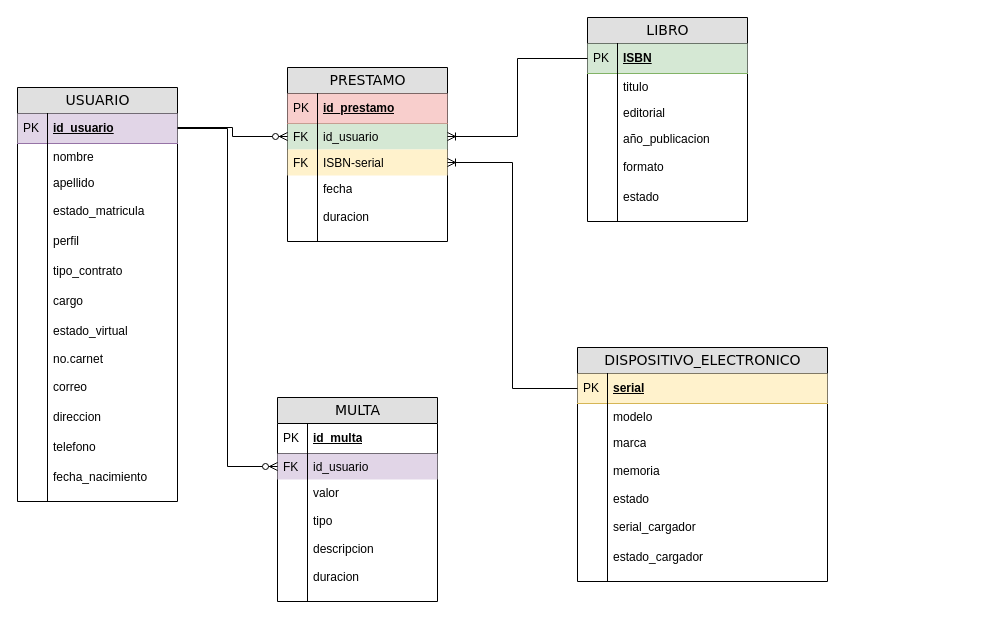
Djaiber/Database-Basis keeps this draw.io diagram as university library management system.drawio. Above is the earlier version. Source tidied: cells renumbered, new cells numbered last; positions are measured from the earlier drawing's top-left corner, leaving out a move shared by most shapes. Both pictures are drawn from the tidied source at 100%, with x=0, y=0 at pixel (17, 17).
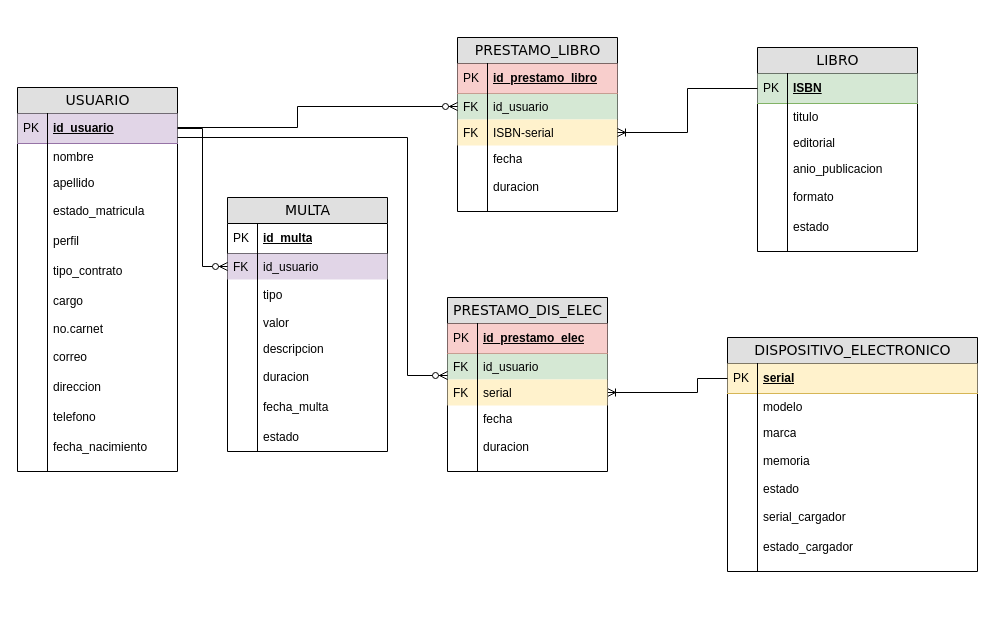
The same diagram, later.

Unchanged cells that the change refers to:
```xml
<mxCell id="5" value="id_usuario" style="shape=partialRectangle;top=0;left=0;right=0;bottom=0;html=1;align=left;verticalAlign=top;fillColor=#d5e8d4;spacingLeft=34;spacingRight=4;whiteSpace=wrap;overflow=hidden;points=[[0,0.5],[1,0.5]];portConstraint=eastwest;strokeColor=#82b366;" parent="2" vertex="1">
  <mxGeometry y="56" width="160" height="26" as="geometry" />
</mxCell>
<mxCell id="7" value="ISBN-serial" style="shape=partialRectangle;top=0;left=0;right=0;bottom=0;html=1;align=left;verticalAlign=top;fillColor=#fff2cc;spacingLeft=34;spacingRight=4;whiteSpace=wrap;overflow=hidden;points=[[0,0.5],[1,0.5]];portConstraint=eastwest;strokeColor=#d6b656;" parent="2" vertex="1">
  <mxGeometry y="82" width="160" height="26" as="geometry" />
</mxCell>
<mxCell id="16" value="ISBN" style="shape=partialRectangle;top=0;left=0;right=0;bottom=1;html=1;align=left;verticalAlign=middle;fillColor=#d5e8d4;spacingLeft=34;spacingRight=4;whiteSpace=wrap;overflow=hidden;points=[[0,0.5],[1,0.5]];portConstraint=eastwest;fontStyle=5;strokeColor=#82b366;" parent="15" vertex="1">
  <mxGeometry y="26" width="160" height="30" as="geometry" />
</mxCell>
<mxCell id="60" value="serial" style="shape=partialRectangle;top=0;left=0;right=0;bottom=1;html=1;align=left;verticalAlign=middle;fillColor=#fff2cc;spacingLeft=34;spacingRight=4;whiteSpace=wrap;overflow=hidden;points=[[0,0.5],[1,0.5]];portConstraint=eastwest;fontStyle=5;strokeColor=#d6b656;" parent="59" vertex="1">
  <mxGeometry y="26" width="250" height="30" as="geometry" />
</mxCell>
```

Diff of the diagram source:
```diff
@@
-    <mxCell id="2" value="PRESTAMO" style="swimlane;html=1;fontStyle=0;horizontal=1;startSize=26;fillColor=#e0e0e0;swimlaneFillColor=#ffffff;align=center;rounded=0;shadow=0;comic=0;labelBackgroundColor=none;strokeWidth=1;fontFamily=Verdana;fontSize=14;swimlaneLine=1;" parent="1" vertex="1">
-      <mxGeometry x="270" y="50" width="160" height="174" as="geometry" />
+    <mxCell id="2" value="PRESTAMO_LIBRO" style="swimlane;html=1;fontStyle=0;horizontal=1;startSize=26;fillColor=#e0e0e0;swimlaneFillColor=#ffffff;align=center;rounded=0;shadow=0;comic=0;labelBackgroundColor=none;strokeWidth=1;fontFamily=Verdana;fontSize=14;swimlaneLine=1;" parent="1" vertex="1">
+      <mxGeometry x="440" y="20" width="160" height="174" as="geometry" />
     </mxCell>
-    <mxCell id="3" value="id_prestamo" style="shape=partialRectangle;top=0;left=0;right=0;bottom=1;html=1;align=left;verticalAlign=middle;fillColor=#f8cecc;spacingLeft=34;spacingRight=4;whiteSpace=wrap;overflow=hidden;fontStyle=5;strokeColor=#b85450;" parent="2" vertex="1">
+    <mxCell id="3" value="id_prestamo_libro" style="shape=partialRectangle;top=0;left=0;right=0;bottom=1;html=1;align=left;verticalAlign=middle;fillColor=#f8cecc;spacingLeft=34;spacingRight=4;whiteSpace=wrap;overflow=hidden;fontStyle=5;strokeColor=#b85450;" parent="2" vertex="1">
       <mxGeometry y="26" width="160" height="30" as="geometry" />
     </mxCell>
@@
     <mxCell id="15" value="LIBRO" style="swimlane;html=1;fontStyle=0;horizontal=1;startSize=26;fillColor=#e0e0e0;swimlaneFillColor=#ffffff;align=center;rounded=0;shadow=0;comic=0;labelBackgroundColor=none;strokeWidth=1;fontFamily=Verdana;fontSize=14;" parent="1" vertex="1">
-      <mxGeometry x="570" width="160" height="204" as="geometry" />
+      <mxGeometry x="740" y="30" width="160" height="204" as="geometry" />
     </mxCell>
@@
-    <mxCell id="22" value="año_publicacion" style="shape=partialRectangle;top=0;left=0;right=0;bottom=0;html=1;align=left;verticalAlign=top;fillColor=none;spacingLeft=34;spacingRight=4;whiteSpace=wrap;overflow=hidden;" parent="15" vertex="1">
+    <mxCell id="22" value="anio_publicacion" style="shape=partialRectangle;top=0;left=0;right=0;bottom=0;html=1;align=left;verticalAlign=top;fillColor=none;spacingLeft=34;spacingRight=4;whiteSpace=wrap;overflow=hidden;" parent="15" vertex="1">
       <mxGeometry y="108" width="160" height="26" as="geometry" />
     </mxCell>
@@
     <mxCell id="30" value="USUARIO" style="swimlane;html=1;fontStyle=0;horizontal=1;startSize=26;fillColor=#e0e0e0;swimlaneFillColor=#ffffff;align=center;rounded=0;shadow=0;comic=0;labelBackgroundColor=none;strokeWidth=1;fontFamily=Verdana;fontSize=14;" parent="1" vertex="1">
-      <mxGeometry y="70" width="160" height="414" as="geometry" />
+      <mxGeometry y="70" width="160" height="384" as="geometry" />
     </mxCell>
@@
-    <mxCell id="45" value="estado_virtual" style="shape=partialRectangle;fillColor=none;align=left;verticalAlign=middle;strokeColor=none;spacingLeft=34;" parent="30" vertex="1">
-      <mxGeometry y="228" width="160" height="30" as="geometry" />
-    </mxCell>
-    <mxCell id="46" style="shape=partialRectangle;top=0;left=0;bottom=0;fillColor=none;stokeWidth=1;align=left;verticalAlign=middle;spacingLeft=4;spacingRight=4;overflow=hidden;" parent="45" vertex="1">
-      <mxGeometry width="30" height="30" as="geometry" />
-    </mxCell>
     <mxCell id="47" value="no.carnet" style="shape=partialRectangle;top=0;left=0;right=0;bottom=0;html=1;align=left;verticalAlign=top;fillColor=none;spacingLeft=34;spacingRight=4;whiteSpace=wrap;overflow=hidden;" parent="30" vertex="1">
-      <mxGeometry y="258" width="160" height="26" as="geometry" />
+      <mxGeometry y="228" width="160" height="26" as="geometry" />
     </mxCell>
@@
     <mxCell id="49" value="correo" style="shape=partialRectangle;fillColor=none;align=left;verticalAlign=middle;strokeColor=none;spacingLeft=34;" parent="30" vertex="1">
-      <mxGeometry y="284" width="160" height="30" as="geometry" />
+      <mxGeometry y="254" width="160" height="30" as="geometry" />
     </mxCell>
@@
     <mxCell id="51" value="direccion" style="shape=partialRectangle;fillColor=none;align=left;verticalAlign=middle;strokeColor=none;spacingLeft=34;" parent="30" vertex="1">
-      <mxGeometry y="314" width="160" height="30" as="geometry" />
+      <mxGeometry y="284" width="160" height="30" as="geometry" />
     </mxCell>
@@
     <mxCell id="53" value="telefono" style="shape=partialRectangle;fillColor=none;align=left;verticalAlign=middle;strokeColor=none;spacingLeft=34;" parent="30" vertex="1">
-      <mxGeometry y="344" width="160" height="30" as="geometry" />
+      <mxGeometry y="314" width="160" height="30" as="geometry" />
     </mxCell>
@@
     <mxCell id="55" value="fecha_nacimiento" style="shape=partialRectangle;fillColor=none;align=left;verticalAlign=middle;strokeColor=none;spacingLeft=34;" parent="30" vertex="1">
-      <mxGeometry y="374" width="160" height="30" as="geometry" />
+      <mxGeometry y="344" width="160" height="30" as="geometry" />
     </mxCell>
@@
     <mxCell id="57" style="shape=partialRectangle;top=0;left=0;right=0;bottom=0;html=1;align=left;verticalAlign=top;fillColor=none;spacingLeft=34;spacingRight=4;whiteSpace=wrap;overflow=hidden;" parent="30" vertex="1">
-      <mxGeometry y="404" width="160" height="10" as="geometry" />
+      <mxGeometry y="374" width="160" height="10" as="geometry" />
     </mxCell>
@@
     <mxCell id="59" value="DISPOSITIVO_ELECTRONICO" style="swimlane;html=1;fontStyle=0;horizontal=1;startSize=26;fillColor=#e0e0e0;swimlaneFillColor=#ffffff;align=center;rounded=0;shadow=0;comic=0;labelBackgroundColor=none;strokeWidth=1;fontFamily=Verdana;fontSize=14;" parent="1" vertex="1">
-      <mxGeometry x="560" y="330" width="250" height="234" as="geometry" />
+      <mxGeometry x="710" y="320" width="250" height="234" as="geometry" />
     </mxCell>
@@
     <mxCell id="76" value="MULTA" style="swimlane;html=1;fontStyle=0;horizontal=1;startSize=26;fillColor=#e0e0e0;swimlaneFillColor=#ffffff;align=center;rounded=0;shadow=0;comic=0;labelBackgroundColor=none;strokeWidth=1;fontFamily=Verdana;fontSize=14;" parent="1" vertex="1">
-      <mxGeometry x="260" y="380" width="160" height="204" as="geometry" />
+      <mxGeometry x="210" y="180" width="160" height="254" as="geometry" />
     </mxCell>
@@
+    <mxCell id="83" value="tipo" style="shape=partialRectangle;fillColor=none;align=left;verticalAlign=middle;strokeColor=none;spacingLeft=34;" parent="76" vertex="1">
+      <mxGeometry y="82" width="160" height="30" as="geometry" />
+    </mxCell>
+    <mxCell id="95" style="shape=partialRectangle;top=0;left=0;bottom=0;fillColor=none;stokeWidth=1;align=left;verticalAlign=middle;spacingLeft=4;spacingRight=4;overflow=hidden;" parent="83" vertex="1">
+      <mxGeometry width="30" height="30" as="geometry" />
+    </mxCell>
     <mxCell id="81" value="valor" style="shape=partialRectangle;top=0;left=0;right=0;bottom=0;html=1;align=left;verticalAlign=top;fillColor=none;spacingLeft=34;spacingRight=4;whiteSpace=wrap;overflow=hidden;" parent="76" vertex="1">
-      <mxGeometry y="82" width="160" height="26" as="geometry" />
+      <mxGeometry y="112" width="160" height="26" as="geometry" />
     </mxCell>
@@
-    <mxCell id="83" value="tipo" style="shape=partialRectangle;fillColor=none;align=left;verticalAlign=middle;strokeColor=none;spacingLeft=34;" parent="76" vertex="1">
-      <mxGeometry y="108" width="160" height="30" as="geometry" />
-    </mxCell>
-    <mxCell id="84" style="shape=partialRectangle;top=0;left=0;bottom=0;fillColor=none;stokeWidth=1;align=left;verticalAlign=middle;spacingLeft=4;spacingRight=4;overflow=hidden;" parent="83" vertex="1">
-      <mxGeometry width="30" height="30" as="geometry" />
-    </mxCell>
@@
-    <mxCell id="89" style="shape=partialRectangle;top=0;left=0;right=0;bottom=0;html=1;align=left;verticalAlign=top;fillColor=none;spacingLeft=34;spacingRight=4;whiteSpace=wrap;overflow=hidden;" parent="76" vertex="1">
-      <mxGeometry y="194" width="160" height="10" as="geometry" />
-    </mxCell>
-    <mxCell id="90" style="shape=partialRectangle;top=0;left=0;bottom=0;html=1;fillColor=none;align=left;verticalAlign=top;spacingLeft=4;spacingRight=4;whiteSpace=wrap;overflow=hidden;" parent="89" vertex="1">
-      <mxGeometry width="30" height="10" as="geometry" />
-    </mxCell>
+    <mxCell id="96" value="fecha_multa" style="shape=partialRectangle;fillColor=none;align=left;verticalAlign=middle;strokeColor=none;spacingLeft=34;" parent="76" vertex="1">
+      <mxGeometry y="194" width="160" height="30" as="geometry" />
+    </mxCell>
+    <mxCell id="97" style="shape=partialRectangle;top=0;left=0;bottom=0;fillColor=none;stokeWidth=1;align=left;verticalAlign=middle;spacingLeft=4;spacingRight=4;overflow=hidden;" parent="96" vertex="1">
+      <mxGeometry width="30" height="30" as="geometry" />
+    </mxCell>
+    <mxCell id="98" value="estado" style="shape=partialRectangle;fillColor=none;align=left;verticalAlign=middle;strokeColor=none;spacingLeft=34;" parent="76" vertex="1">
+      <mxGeometry y="224" width="160" height="30" as="geometry" />
+    </mxCell>
+    <mxCell id="99" style="shape=partialRectangle;top=0;left=0;bottom=0;fillColor=none;stokeWidth=1;align=left;verticalAlign=middle;spacingLeft=4;spacingRight=4;overflow=hidden;" parent="98" vertex="1">
+      <mxGeometry width="30" height="30" as="geometry" />
+    </mxCell>
     <mxCell id="91" style="edgeStyle=elbowEdgeStyle;fontSize=12;html=1;endArrow=ERzeroToMany;endFill=1;rounded=0;entryX=0;entryY=0.5;entryDx=0;entryDy=0;" parent="1" edge="1" target="5">
       <mxGeometry relative="1" as="geometry">
         <mxPoint x="160" y="110" as="sourcePoint" />
+        <Array as="points">
+          <mxPoint x="280" y="89" />
+        </Array>
       </mxGeometry>
     </mxCell>
-    <mxCell id="92" style="edgeStyle=orthogonalEdgeStyle;fontSize=12;html=1;endArrow=ERoneToMany;rounded=0;exitX=0;exitY=0.5;exitDx=0;exitDy=0;entryX=1;entryY=0.5;entryDx=0;entryDy=0;" parent="1" edge="1" source="16" target="5">
+    <mxCell id="92" style="edgeStyle=orthogonalEdgeStyle;fontSize=12;html=1;endArrow=ERoneToMany;rounded=0;exitX=0;exitY=0.5;exitDx=0;exitDy=0;entryX=1;entryY=0.5;entryDx=0;entryDy=0;" parent="1" edge="1" source="16" target="7">
       <mxGeometry relative="1" as="geometry" />
     </mxCell>
-    <mxCell id="93" style="edgeStyle=elbowEdgeStyle;fontSize=12;html=1;endArrow=ERoneToMany;rounded=0;exitX=0;exitY=0.5;exitDx=0;exitDy=0;entryX=1;entryY=0.5;entryDx=0;entryDy=0;" parent="1" edge="1" source="60" target="7">
-      <mxGeometry relative="1" as="geometry" />
+    <mxCell id="93" style="edgeStyle=elbowEdgeStyle;fontSize=12;html=1;endArrow=ERoneToMany;rounded=0;exitX=0;exitY=0.5;exitDx=0;exitDy=0;entryX=1;entryY=0.5;entryDx=0;entryDy=0;" parent="1" edge="1" source="60" target="105">
+      <mxGeometry relative="1" as="geometry">
+        <Array as="points">
+          <mxPoint x="680" y="370" />
+        </Array>
+      </mxGeometry>
     </mxCell>
@@
+    <mxCell id="100" value="PRESTAMO_DIS_ELEC" style="swimlane;html=1;fontStyle=0;horizontal=1;startSize=26;fillColor=#e0e0e0;swimlaneFillColor=#ffffff;align=center;rounded=0;shadow=0;comic=0;labelBackgroundColor=none;strokeWidth=1;fontFamily=Verdana;fontSize=14;swimlaneLine=1;" parent="1" vertex="1">
+      <mxGeometry x="430" y="280" width="160" height="174" as="geometry" />
+    </mxCell>
+    <mxCell id="101" value="id_prestamo_elec" style="shape=partialRectangle;top=0;left=0;right=0;bottom=1;html=1;align=left;verticalAlign=middle;fillColor=#f8cecc;spacingLeft=34;spacingRight=4;whiteSpace=wrap;overflow=hidden;fontStyle=5;strokeColor=#b85450;" parent="100" vertex="1">
+      <mxGeometry y="26" width="160" height="30" as="geometry" />
+    </mxCell>
+    <mxCell id="102" value="PK" style="shape=partialRectangle;top=0;left=0;bottom=0;html=1;fillColor=none;align=left;verticalAlign=middle;spacingLeft=4;spacingRight=4;whiteSpace=wrap;overflow=hidden;" parent="101" vertex="1">
+      <mxGeometry width="30" height="30" as="geometry" />
+    </mxCell>
+    <mxCell id="103" value="id_usuario" style="shape=partialRectangle;top=0;left=0;right=0;bottom=0;html=1;align=left;verticalAlign=top;fillColor=#d5e8d4;spacingLeft=34;spacingRight=4;whiteSpace=wrap;overflow=hidden;strokeColor=#82b366;" parent="100" vertex="1">
+      <mxGeometry y="56" width="160" height="26" as="geometry" />
+    </mxCell>
+    <mxCell id="104" value="FK" style="shape=partialRectangle;top=0;left=0;bottom=0;html=1;fillColor=none;align=left;verticalAlign=top;spacingLeft=4;spacingRight=4;whiteSpace=wrap;overflow=hidden;" parent="103" vertex="1">
+      <mxGeometry width="30" height="26" as="geometry" />
+    </mxCell>
+    <mxCell id="105" value="serial" style="shape=partialRectangle;top=0;left=0;right=0;bottom=0;html=1;align=left;verticalAlign=top;fillColor=#fff2cc;spacingLeft=34;spacingRight=4;whiteSpace=wrap;overflow=hidden;points=[[0,0.5],[1,0.5]];portConstraint=eastwest;strokeColor=#d6b656;" parent="100" vertex="1">
+      <mxGeometry y="82" width="160" height="26" as="geometry" />
+    </mxCell>
+    <mxCell id="106" value="FK" style="shape=partialRectangle;top=0;left=0;bottom=0;html=1;fillColor=none;align=left;verticalAlign=top;spacingLeft=4;spacingRight=4;whiteSpace=wrap;overflow=hidden;" parent="105" vertex="1">
+      <mxGeometry width="30" height="26" as="geometry" />
+    </mxCell>
+    <mxCell id="107" value="fecha" style="shape=partialRectangle;top=0;left=0;right=0;bottom=0;html=1;align=left;verticalAlign=top;fillColor=none;spacingLeft=34;spacingRight=4;whiteSpace=wrap;overflow=hidden;" parent="100" vertex="1">
+      <mxGeometry y="108" width="160" height="26" as="geometry" />
+    </mxCell>
+    <mxCell id="108" style="shape=partialRectangle;top=0;left=0;bottom=0;html=1;fillColor=none;align=left;verticalAlign=top;spacingLeft=4;spacingRight=4;whiteSpace=wrap;overflow=hidden;" parent="107" vertex="1">
+      <mxGeometry width="30" height="26" as="geometry" />
+    </mxCell>
+    <mxCell id="109" value="duracion" style="shape=partialRectangle;fillColor=none;align=left;verticalAlign=middle;strokeColor=none;spacingLeft=34;" parent="100" vertex="1">
+      <mxGeometry y="134" width="160" height="30" as="geometry" />
+    </mxCell>
+    <mxCell id="110" style="shape=partialRectangle;top=0;left=0;bottom=0;fillColor=none;stokeWidth=1;align=left;verticalAlign=middle;spacingLeft=4;spacingRight=4;overflow=hidden;" parent="109" vertex="1">
+      <mxGeometry width="30" height="30" as="geometry" />
+    </mxCell>
+    <mxCell id="111" style="shape=partialRectangle;top=0;left=0;right=0;bottom=0;html=1;align=left;verticalAlign=top;fillColor=none;spacingLeft=34;spacingRight=4;whiteSpace=wrap;overflow=hidden;" parent="100" vertex="1">
+      <mxGeometry y="164" width="160" height="10" as="geometry" />
+    </mxCell>
+    <mxCell id="90" style="shape=partialRectangle;top=0;left=0;bottom=0;html=1;fillColor=none;align=left;verticalAlign=top;spacingLeft=4;spacingRight=4;whiteSpace=wrap;overflow=hidden;" parent="111" vertex="1">
+      <mxGeometry width="30" height="10" as="geometry" />
+    </mxCell>
+    <mxCell id="112" style="edgeStyle=elbowEdgeStyle;fontSize=12;html=1;endArrow=ERzeroToMany;endFill=1;rounded=0;entryX=0;entryY=0.5;entryDx=0;entryDy=0;" parent="1" edge="1">
+      <mxGeometry relative="1" as="geometry">
+        <mxPoint x="160" y="120" as="sourcePoint" />
+        <mxPoint x="430" y="358" as="targetPoint" />
+        <Array as="points">
+          <mxPoint x="390" y="249" />
+        </Array>
+      </mxGeometry>
+    </mxCell>
```
